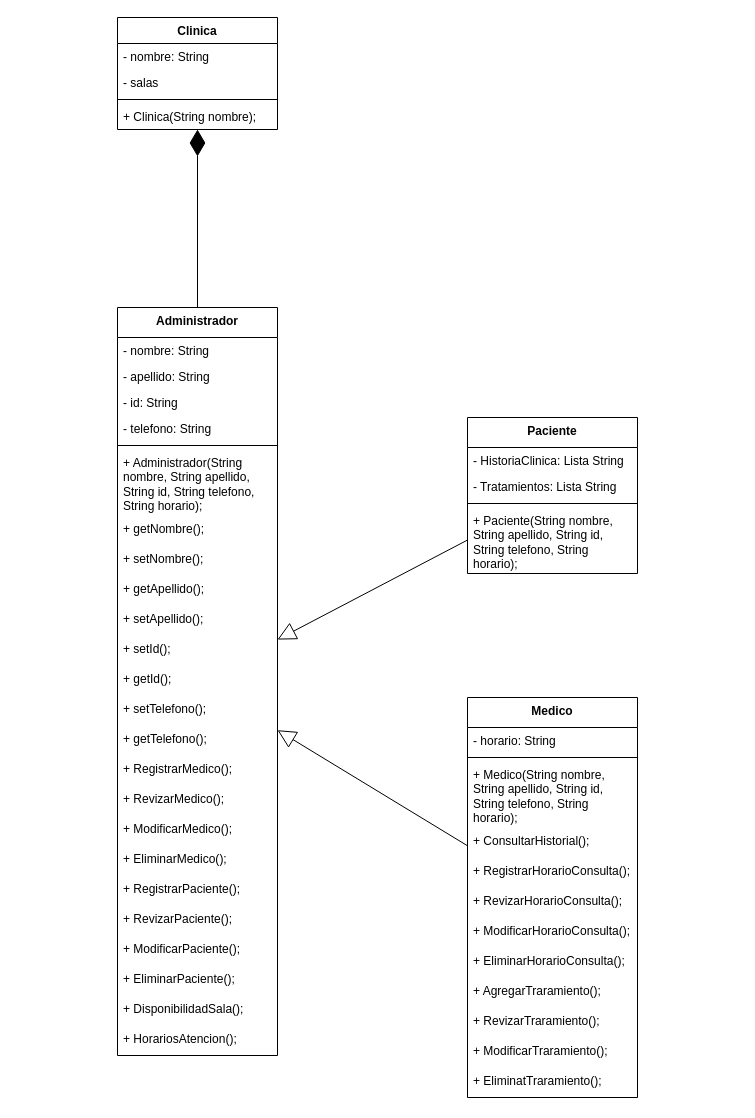
Above: Modelo/hospital.drawio in juanjose2114/Hospital (draw.io), before the change. Source tidied: cells renumbered, new cells numbered last; positions are measured from the earlier drawing's top-left corner, leaving out a move shared by most shapes. Both pictures are drawn from the tidied source at 100%, with x=0, y=0 at pixel (117, 17).
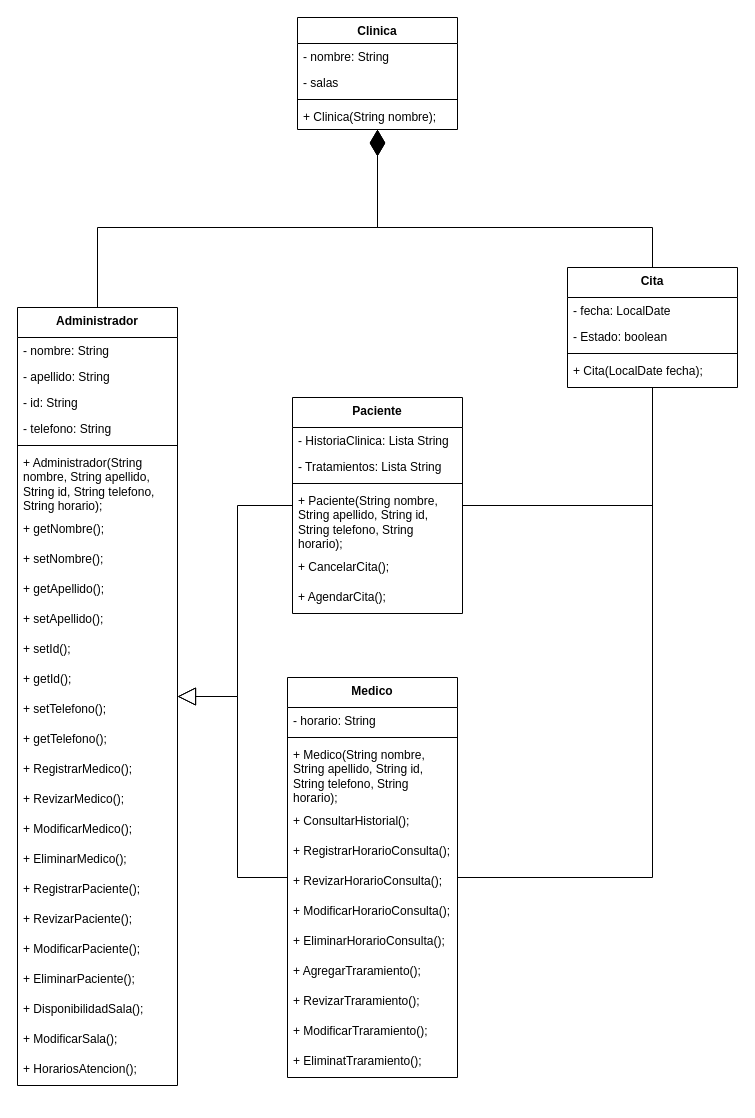
The same diagram, later.

Change to the diagram source:
```diff
@@
     <mxCell id="2" value="Clinica" style="swimlane;fontStyle=1;align=center;verticalAlign=top;horizontal=1;startSize=26;whiteSpace=wrap;html=1;" parent="1" vertex="1">
-      <mxGeometry width="160" height="112" as="geometry" />
+      <mxGeometry x="180" width="160" height="112" as="geometry" />
     </mxCell>
@@
     <mxCell id="7" value="Administrador" style="swimlane;fontStyle=1;align=center;verticalAlign=top;horizontal=1;startSize=30;whiteSpace=wrap;html=1;" parent="1" vertex="1">
-      <mxGeometry y="290" width="160" height="748" as="geometry" />
+      <mxGeometry x="-100" y="290" width="160" height="778" as="geometry" />
     </mxCell>
@@
+    <mxCell id="53" value="+ ModificarSala(&lt;span style=&quot;color: rgba(0, 0, 0, 0); font-family: monospace; font-size: 0px; text-wrap-mode: nowrap;&quot;&gt;E&lt;/span&gt;);" style="text;strokeColor=none;fillColor=none;align=left;verticalAlign=top;spacingLeft=4;spacingRight=4;overflow=hidden;whiteSpace=wrap;html=1;" parent="7" vertex="1">
+      <mxGeometry y="718" width="160" height="30" as="geometry" />
+    </mxCell>
     <mxCell id="31" value="+ HorariosAtencion(&lt;span style=&quot;color: rgba(0, 0, 0, 0); font-family: monospace; font-size: 0px; text-wrap-mode: nowrap;&quot;&gt;E&lt;/span&gt;);" style="text;strokeColor=none;fillColor=none;align=left;verticalAlign=top;spacingLeft=4;spacingRight=4;overflow=hidden;whiteSpace=wrap;html=1;" parent="7" vertex="1">
-      <mxGeometry y="718" width="160" height="30" as="geometry" />
+      <mxGeometry y="748" width="160" height="30" as="geometry" />
     </mxCell>
     <mxCell id="32" value="Medico" style="swimlane;fontStyle=1;align=center;verticalAlign=top;horizontal=1;startSize=30;whiteSpace=wrap;html=1;" parent="1" vertex="1">
-      <mxGeometry x="350" y="680" width="170" height="400" as="geometry" />
+      <mxGeometry x="170" y="660" width="170" height="400" as="geometry" />
     </mxCell>
@@
     <mxCell id="45" value="Paciente" style="swimlane;fontStyle=1;align=center;verticalAlign=top;horizontal=1;startSize=30;whiteSpace=wrap;html=1;" parent="1" vertex="1">
-      <mxGeometry x="350" y="400" width="170" height="156" as="geometry" />
+      <mxGeometry x="175" y="380" width="170" height="216" as="geometry" />
     </mxCell>
@@
+    <mxCell id="54" value="+ CancelarCita();" style="text;strokeColor=none;fillColor=none;align=left;verticalAlign=top;spacingLeft=4;spacingRight=4;overflow=hidden;whiteSpace=wrap;html=1;" parent="45" vertex="1">
+      <mxGeometry y="156" width="170" height="30" as="geometry" />
+    </mxCell>
+    <mxCell id="55" value="+ AgendarCita();" style="text;strokeColor=none;fillColor=none;align=left;verticalAlign=top;spacingLeft=4;spacingRight=4;overflow=hidden;whiteSpace=wrap;html=1;" parent="45" vertex="1">
+      <mxGeometry y="186" width="170" height="30" as="geometry" />
+    </mxCell>
     <mxCell id="50" style="endArrow=block;endSize=16;endFill=0;html=1;rounded=0;" parent="1" edge="1" source="32" target="7">
-      <mxGeometry relative="1" as="geometry" />
+      <mxGeometry relative="1" as="geometry">
+        <Array as="points">
+          <mxPoint x="120" y="860" />
+          <mxPoint x="120" y="679" />
+        </Array>
+      </mxGeometry>
     </mxCell>
     <mxCell id="51" style="endArrow=block;endSize=16;endFill=0;html=1;rounded=0;" parent="1" edge="1" source="45" target="7">
-      <mxGeometry relative="1" as="geometry" />
+      <mxGeometry relative="1" as="geometry">
+        <Array as="points">
+          <mxPoint x="120" y="488" />
+          <mxPoint x="120" y="679" />
+        </Array>
+      </mxGeometry>
     </mxCell>
     <mxCell id="52" style="endArrow=diamondThin;endFill=1;endSize=24;html=1;rounded=0;" parent="1" edge="1" source="7" target="2">
-      <mxGeometry relative="1" as="geometry" />
+      <mxGeometry relative="1" as="geometry">
+        <Array as="points">
+          <mxPoint x="-20" y="210" />
+          <mxPoint x="260" y="210" />
+        </Array>
+      </mxGeometry>
     </mxCell>
+    <mxCell id="56" value="Cita" style="swimlane;fontStyle=1;align=center;verticalAlign=top;horizontal=1;startSize=30;whiteSpace=wrap;html=1;" parent="1" vertex="1">
+      <mxGeometry x="450" y="250" width="170" height="120" as="geometry" />
+    </mxCell>
+    <mxCell id="57" value="- fecha: LocalDate" style="text;strokeColor=none;fillColor=none;align=left;verticalAlign=top;spacingLeft=4;spacingRight=4;overflow=hidden;whiteSpace=wrap;html=1;" parent="56" vertex="1">
+      <mxGeometry y="30" width="170" height="26" as="geometry" />
+    </mxCell>
+    <mxCell id="58" value="- Estado: boolean" style="text;strokeColor=none;fillColor=none;align=left;verticalAlign=top;spacingLeft=4;spacingRight=4;overflow=hidden;whiteSpace=wrap;html=1;" parent="56" vertex="1">
+      <mxGeometry y="56" width="170" height="26" as="geometry" />
+    </mxCell>
+    <mxCell id="59" style="line;strokeWidth=1;fillColor=none;align=left;verticalAlign=middle;spacingTop=-1;spacingLeft=3;spacingRight=3;labelPosition=right;strokeColor=inherit;" parent="56" vertex="1">
+      <mxGeometry y="82" width="170" height="8" as="geometry" />
+    </mxCell>
+    <mxCell id="60" value="+ Cita(LocalDate fecha);" style="text;strokeColor=none;fillColor=none;align=left;verticalAlign=top;spacingLeft=4;spacingRight=4;overflow=hidden;whiteSpace=wrap;html=1;" parent="56" vertex="1">
+      <mxGeometry y="90" width="170" height="30" as="geometry" />
+    </mxCell>
+    <mxCell id="61" style="endArrow=none;html=1;edgeStyle=orthogonalEdgeStyle;rounded=0;" parent="1" edge="1" source="32" target="56">
+      <mxGeometry relative="1" as="geometry" />
+    </mxCell>
+    <mxCell id="62" style="endArrow=none;html=1;edgeStyle=orthogonalEdgeStyle;rounded=0;" parent="1" edge="1" source="45" target="56">
+      <mxGeometry relative="1" as="geometry" />
+    </mxCell>
+    <mxCell id="63" style="endArrow=diamondThin;endFill=1;endSize=24;html=1;rounded=0;" parent="1" edge="1" source="56" target="2">
+      <mxGeometry relative="1" as="geometry">
+        <Array as="points">
+          <mxPoint x="535" y="210" />
+          <mxPoint x="260" y="210" />
+        </Array>
+      </mxGeometry>
+    </mxCell>
```
